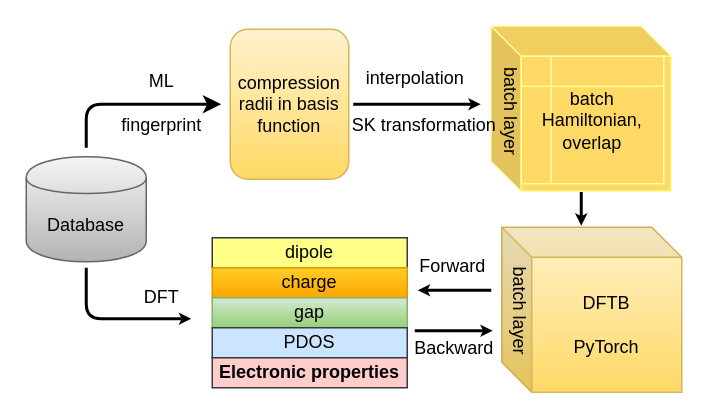
Above: Untitled Diagram.drawio in FanGuozheng/dftbpy (draw.io), before the change. Source tidied: cells renumbered, new cells numbered last; positions are measured from the earlier drawing's top-left corner, leaving out a move shared by most shapes. Both pictures are drawn from the tidied source at 150%, with x=0, y=0 at pixel (26, 26).
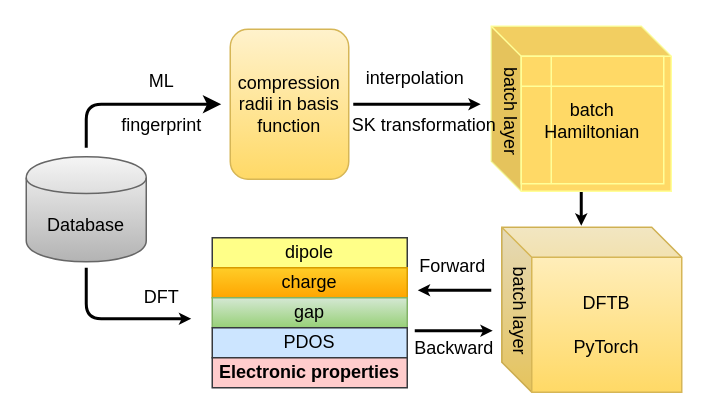
The same page after the edit.

Change to the diagram source:
```diff
@@
-    <mxCell id="14" value="batch&lt;br&gt;Hamiltonian,&lt;br&gt;overlap" style="shape=internalStorage;whiteSpace=wrap;html=1;backgroundOutline=1;strokeColor=#FFFF99;fillColor=#FFD966;" parent="1" vertex="1">
+    <mxCell id="14" value="batch&lt;br&gt;Hamiltonian" style="shape=internalStorage;whiteSpace=wrap;html=1;backgroundOutline=1;strokeColor=#FFFF99;fillColor=#FFD966;" parent="1" vertex="1">
       <mxGeometry x="330" y="20" width="95" height="85" as="geometry" />
     </mxCell>
```
